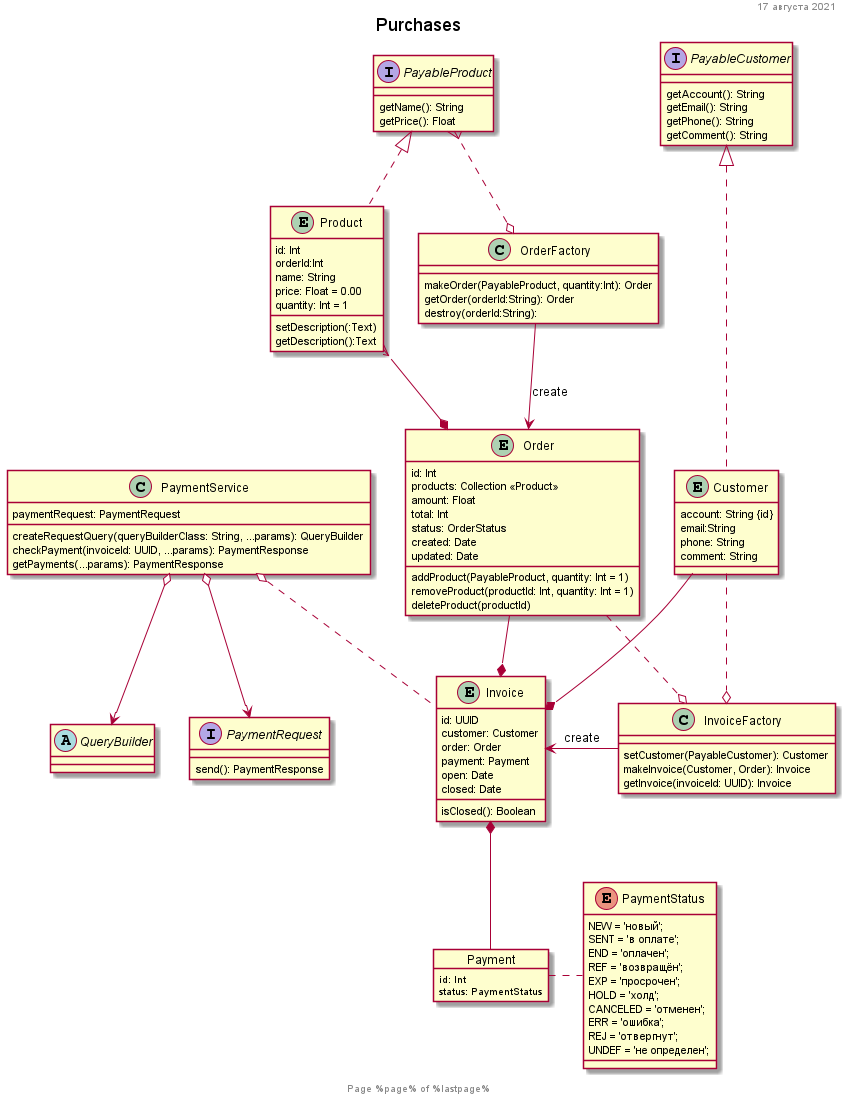
This is doc/Purchases.png from vladmeh/payment-manager, a PlantUML export, as it was before one commit.
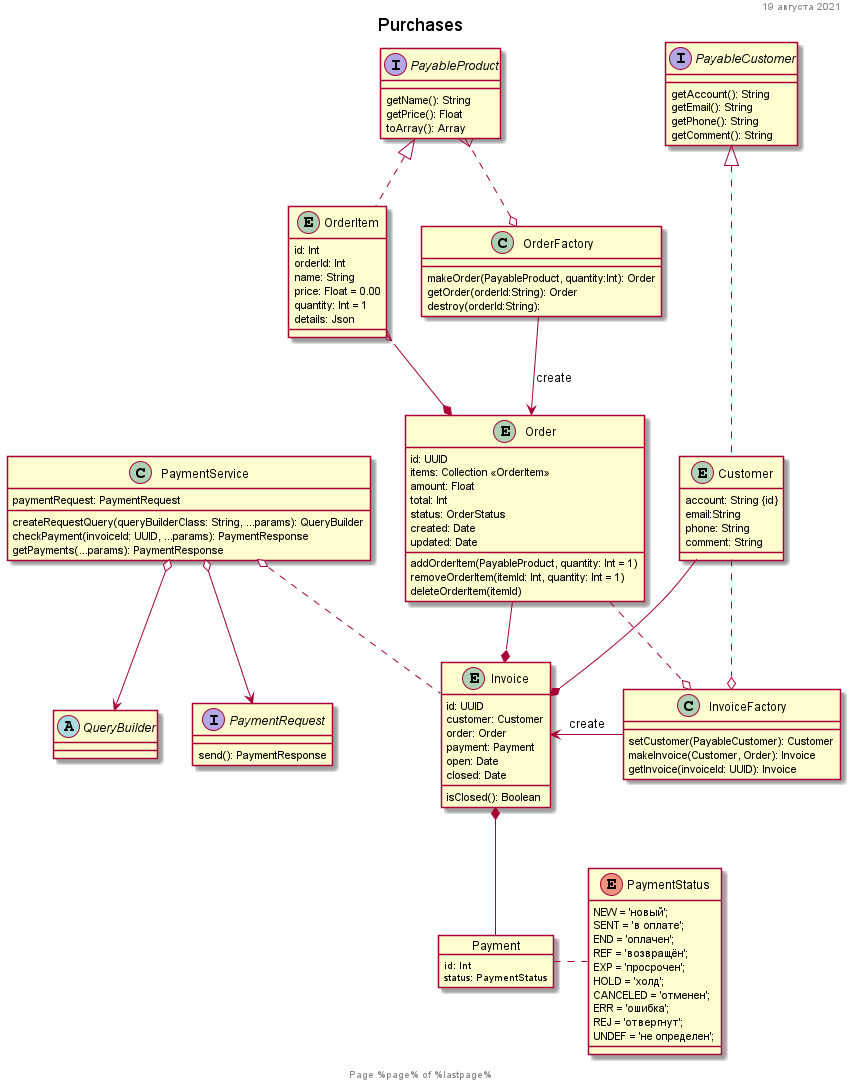
Above is the later version.

Commit message:
Create OrderItem && Order Entities

The edit, as a diff of the source:
```diff
@@ -8,6 +8,7 @@
 interface PayableProduct {
     getName(): String
     getPrice(): Float
+    toArray(): Array
 }
 interface PayableCustomer {
     getAccount(): String
@@ -20,26 +21,25 @@
     getOrder(orderId:String): Order
     destroy(orderId:String):
 }
-entity Product {
+entity OrderItem {
     id: Int
-    orderId:Int
+    orderId: Int
     name: String
     price: Float = 0.00
     quantity: Int = 1
-    setDescription(:Text)
-    getDescription():Text
+    details: Json
 }
 entity Order {
-    id: Int
-    products: Collection <<Product>>
+    id: UUID
+    items: Collection <<OrderItem>>
     amount: Float
     total: Int
     status: OrderStatus
     created: Date
     updated: Date
-    addProduct(PayableProduct, quantity: Int = 1)
-    removeProduct(productId: Int, quantity: Int = 1)
-    deleteProduct(productId)
+    addOrderItem(PayableProduct, quantity: Int = 1)
+    removeOrderItem(itemId: Int, quantity: Int = 1)
+    deleteOrderItem(itemId)
 }
 entity Customer {
     account: String {id}
@@ -89,9 +89,9 @@
     UNDEF = 'не определен';
 }
 
-PayableProduct <|.. Product
+PayableProduct <|.. OrderItem
 PayableCustomer <|... Customer
-Product }--* Order
+OrderItem }--* Order
 Customer --* Invoice
 Order -* Invoice
 
```
